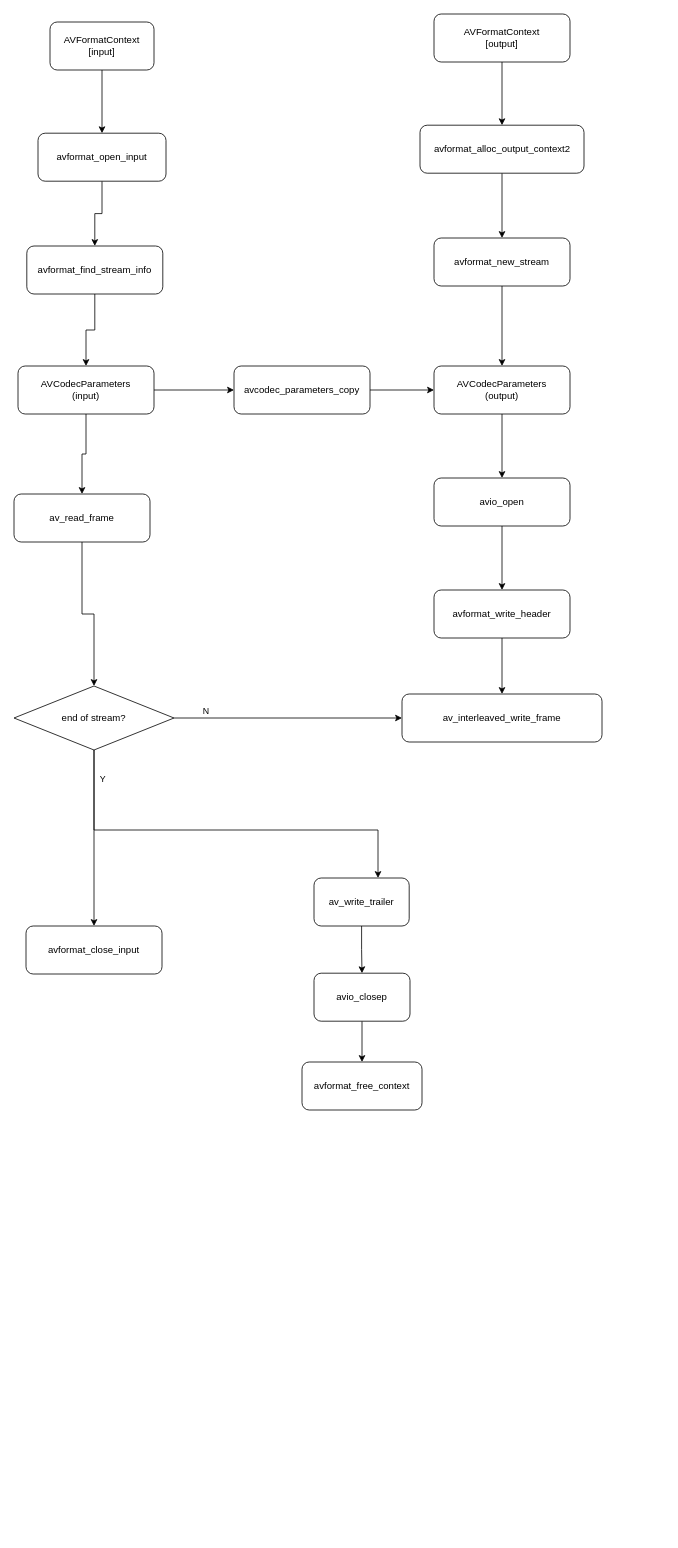
This is files/audioRecording.drawio from ouyangjunyi/drawio, a draw.io file, before an edit. Source tidied: cells renumbered, new cells numbered last; positions are measured from the earlier drawing's top-left corner, leaving out a move shared by most shapes. Both pictures are drawn from the tidied source at 80%, with x=0, y=0 at pixel (14, 14).
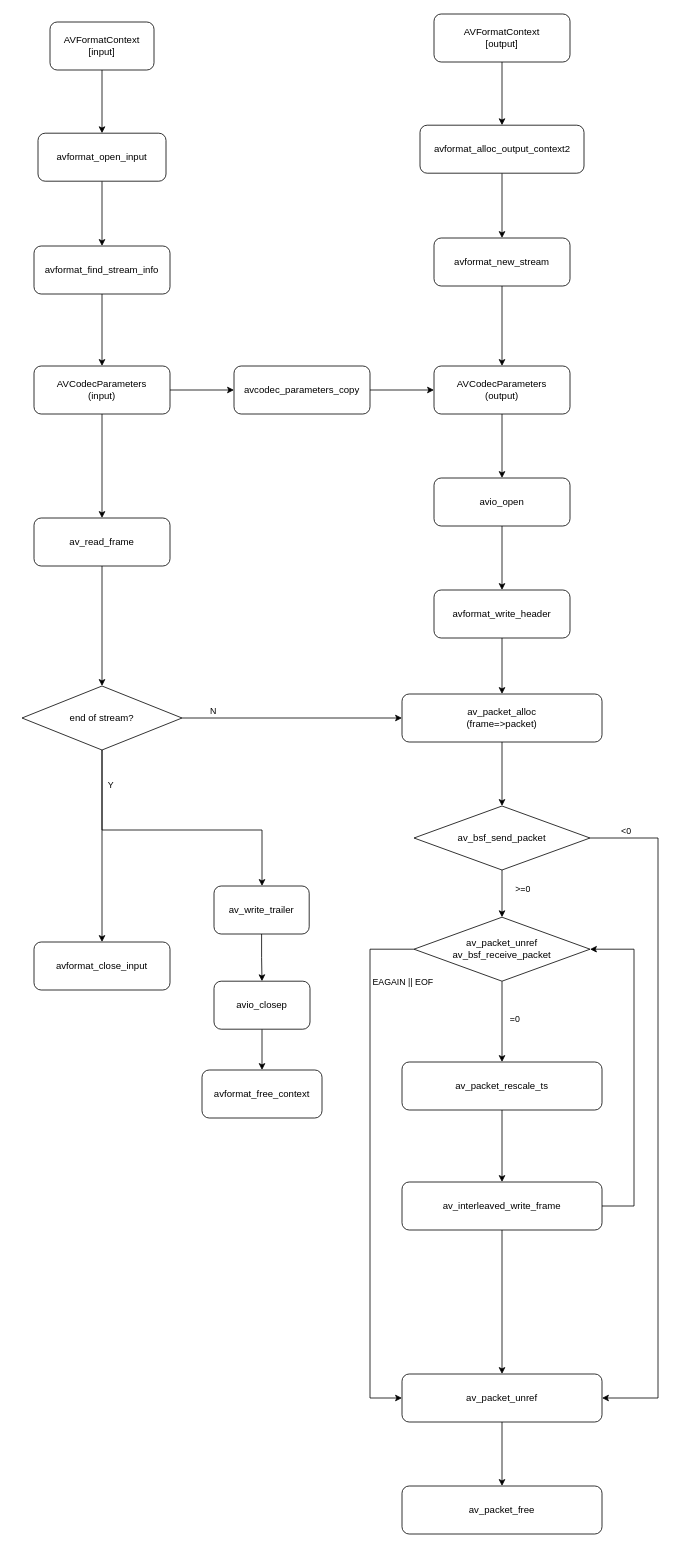
The same page after the edit.

Change to the diagram source:
```diff
@@
     <mxCell id="7" value="avformat_find_stream_info" style="rounded=1;whiteSpace=wrap;html=1;" parent="1" vertex="1">
-      <mxGeometry x="16" y="290" width="170" height="60" as="geometry" />
+      <mxGeometry x="25" y="290" width="170" height="60" as="geometry" />
     </mxCell>
@@
     <mxCell id="10" value="AVCodecParameters&lt;br&gt;(input)" style="rounded=1;whiteSpace=wrap;html=1;" parent="1" vertex="1">
-      <mxGeometry x="5" y="440" width="170" height="60" as="geometry" />
+      <mxGeometry x="25" y="440" width="170" height="60" as="geometry" />
     </mxCell>
@@
     <mxCell id="12" value="av_read_frame" style="rounded=1;whiteSpace=wrap;html=1;" parent="1" vertex="1">
-      <mxGeometry y="600" width="170" height="60" as="geometry" />
+      <mxGeometry x="25" y="630" width="170" height="60" as="geometry" />
     </mxCell>
@@
     <mxCell id="17" style="edgeStyle=orthogonalEdgeStyle;rounded=0;jettySize=auto;html=1;" parent="1" edge="1" source="18" target="24">
       <mxGeometry relative="1" as="geometry">
         <Array as="points">
-          <mxPoint x="100" y="1020" />
-          <mxPoint x="455" y="1020" />
+          <mxPoint x="110" y="1020" />
+          <mxPoint x="310" y="1020" />
         </Array>
       </mxGeometry>
     </mxCell>
     <mxCell id="18" value="end of stream?" style="rhombus;whiteSpace=wrap;html=1;" parent="1" vertex="1">
-      <mxGeometry y="840" width="200" height="80" as="geometry" />
+      <mxGeometry x="10" y="840" width="200" height="80" as="geometry" />
     </mxCell>
+    <mxCell id="40" style="edgeStyle=orthogonalEdgeStyle;rounded=0;jettySize=auto;html=1;" parent="1" edge="1" source="19" target="53">
+      <mxGeometry relative="1" as="geometry" />
+    </mxCell>
-    <mxCell id="19" value="av_interleaved_write_frame" style="rounded=1;whiteSpace=wrap;html=1;" parent="1" vertex="1">
+    <mxCell id="19" value="av_packet_alloc&lt;br&gt;(frame=&amp;gt;packet)" style="rounded=1;whiteSpace=wrap;html=1;" parent="1" vertex="1">
       <mxGeometry x="485" y="850" width="250" height="60" as="geometry" />
     </mxCell>
     <mxCell id="20" value="avformat_close_input" style="rounded=1;whiteSpace=wrap;html=1;" parent="1" vertex="1">
-      <mxGeometry x="15" y="1140" width="170" height="60" as="geometry" />
+      <mxGeometry x="25" y="1160" width="170" height="60" as="geometry" />
     </mxCell>
@@
     <mxCell id="22" value="avio_closep" style="rounded=1;whiteSpace=wrap;html=1;" parent="1" vertex="1">
-      <mxGeometry x="375" y="1199" width="120" height="60" as="geometry" />
+      <mxGeometry x="250" y="1209" width="120" height="60" as="geometry" />
     </mxCell>
@@
     <mxCell id="24" value="av_write_trailer" style="rounded=1;whiteSpace=wrap;html=1;" parent="1" vertex="1">
-      <mxGeometry x="375" y="1080" width="119" height="60" as="geometry" />
+      <mxGeometry x="250" y="1090" width="119" height="60" as="geometry" />
     </mxCell>
     <mxCell id="25" value="avformat_free_context" style="rounded=1;whiteSpace=wrap;html=1;" parent="1" vertex="1">
-      <mxGeometry x="360" y="1310" width="150" height="60" as="geometry" />
+      <mxGeometry x="235" y="1320" width="150" height="60" as="geometry" />
     </mxCell>
@@
+    <mxCell id="41" style="edgeStyle=orthogonalEdgeStyle;rounded=0;jettySize=auto;html=1;" parent="1" edge="1" source="42" target="45">
+      <mxGeometry relative="1" as="geometry" />
+    </mxCell>
+    <mxCell id="42" value="av_packet_rescale_ts" style="rounded=1;whiteSpace=wrap;html=1;" parent="1" vertex="1">
+      <mxGeometry x="485" y="1310" width="250" height="60" as="geometry" />
+    </mxCell>
+    <mxCell id="43" style="edgeStyle=orthogonalEdgeStyle;rounded=0;jettySize=auto;html=1;" parent="1" edge="1" source="45" target="47">
+      <mxGeometry relative="1" as="geometry" />
+    </mxCell>
+    <mxCell id="44" style="edgeStyle=orthogonalEdgeStyle;rounded=0;jettySize=auto;html=1;" parent="1" edge="1" source="45" target="58">
+      <mxGeometry relative="1" as="geometry">
+        <Array as="points">
+          <mxPoint x="775" y="1490" />
+          <mxPoint x="775" y="1169" />
+        </Array>
+      </mxGeometry>
+    </mxCell>
+    <mxCell id="45" value="av_interleaved_write_frame" style="rounded=1;whiteSpace=wrap;html=1;" parent="1" vertex="1">
+      <mxGeometry x="485" y="1460" width="250" height="60" as="geometry" />
+    </mxCell>
+    <mxCell id="46" style="edgeStyle=orthogonalEdgeStyle;rounded=0;jettySize=auto;html=1;" parent="1" edge="1" source="47" target="48">
+      <mxGeometry relative="1" as="geometry" />
+    </mxCell>
+    <mxCell id="47" value="av_packet_unref" style="rounded=1;whiteSpace=wrap;html=1;" parent="1" vertex="1">
+      <mxGeometry x="485" y="1700" width="250" height="60" as="geometry" />
+    </mxCell>
+    <mxCell id="48" value="av_packet_free" style="rounded=1;whiteSpace=wrap;html=1;" parent="1" vertex="1">
+      <mxGeometry x="485" y="1840" width="250" height="60" as="geometry" />
+    </mxCell>
+    <mxCell id="49" style="edgeStyle=orthogonalEdgeStyle;rounded=0;jettySize=auto;html=1;" parent="1" edge="1" source="53" target="47">
+      <mxGeometry relative="1" as="geometry">
+        <Array as="points">
+          <mxPoint x="805" y="1030" />
+          <mxPoint x="805" y="1730" />
+        </Array>
+      </mxGeometry>
+    </mxCell>
+    <mxCell id="50" value="&amp;lt;0" style="edgeLabel;html=1;align=center;verticalAlign=middle;" parent="49" vertex="1">
+      <mxGeometry x="-0.91" y="2" relative="1" as="geometry">
+        <mxPoint x="6" y="-8" as="offset" />
+      </mxGeometry>
+    </mxCell>
+    <mxCell id="51" style="edgeStyle=orthogonalEdgeStyle;rounded=0;jettySize=auto;html=1;" parent="1" edge="1" source="53" target="58">
+      <mxGeometry relative="1" as="geometry" />
+    </mxCell>
+    <mxCell id="52" value="&amp;gt;=0" style="edgeLabel;html=1;align=center;verticalAlign=middle;" parent="51" vertex="1">
+      <mxGeometry x="-0.39" y="-1" relative="1" as="geometry">
+        <mxPoint x="26" y="5" as="offset" />
+      </mxGeometry>
+    </mxCell>
+    <mxCell id="53" value="av_bsf_send_packet" style="rhombus;whiteSpace=wrap;html=1;" parent="1" vertex="1">
+      <mxGeometry x="500" y="990" width="220" height="80" as="geometry" />
+    </mxCell>
+    <mxCell id="54" style="edgeStyle=orthogonalEdgeStyle;rounded=0;jettySize=auto;html=1;" parent="1" edge="1" source="58" target="42">
+      <mxGeometry relative="1" as="geometry" />
+    </mxCell>
+    <mxCell id="55" value="=0" style="edgeLabel;html=1;align=center;verticalAlign=middle;" parent="54" vertex="1">
+      <mxGeometry x="-0.38" y="1" relative="1" as="geometry">
+        <mxPoint x="14" y="15" as="offset" />
+      </mxGeometry>
+    </mxCell>
+    <mxCell id="56" style="edgeStyle=orthogonalEdgeStyle;rounded=0;jettySize=auto;html=1;" parent="1" edge="1" source="58" target="47">
+      <mxGeometry relative="1" as="geometry">
+        <Array as="points">
+          <mxPoint x="445" y="1169" />
+          <mxPoint x="445" y="1730" />
+        </Array>
+      </mxGeometry>
+    </mxCell>
+    <mxCell id="57" value="EAGAIN || EOF" style="edgeLabel;html=1;align=center;verticalAlign=middle;" parent="56" vertex="1">
+      <mxGeometry x="-0.64" y="2" relative="1" as="geometry">
+        <mxPoint x="38" y="-23" as="offset" />
+      </mxGeometry>
+    </mxCell>
+    <mxCell id="58" value="av_packet_unref&lt;br&gt;av_bsf_receive_packet" style="rhombus;whiteSpace=wrap;html=1;" parent="1" vertex="1">
+      <mxGeometry x="500" y="1129" width="220" height="80" as="geometry" />
+    </mxCell>
```
